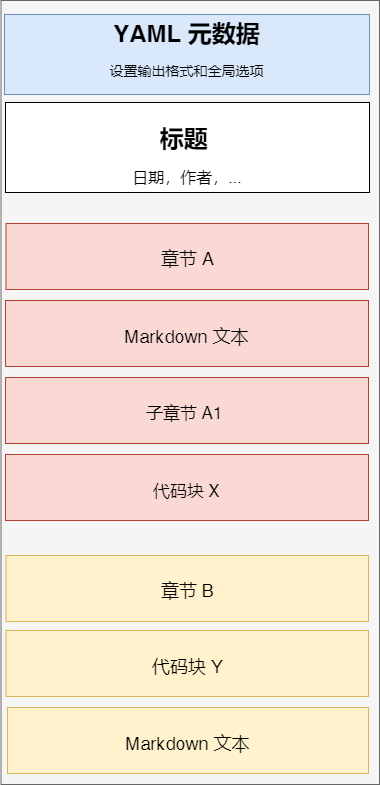
cosname/rmarkdown-guide keeps this draw.io diagram as images/03-document-flow.png. Above is the earlier version. Source tidied: cells renumbered, new cells last; positions are measured from the earlier drawing's top-left corner, leaving out a move shared by most shapes.
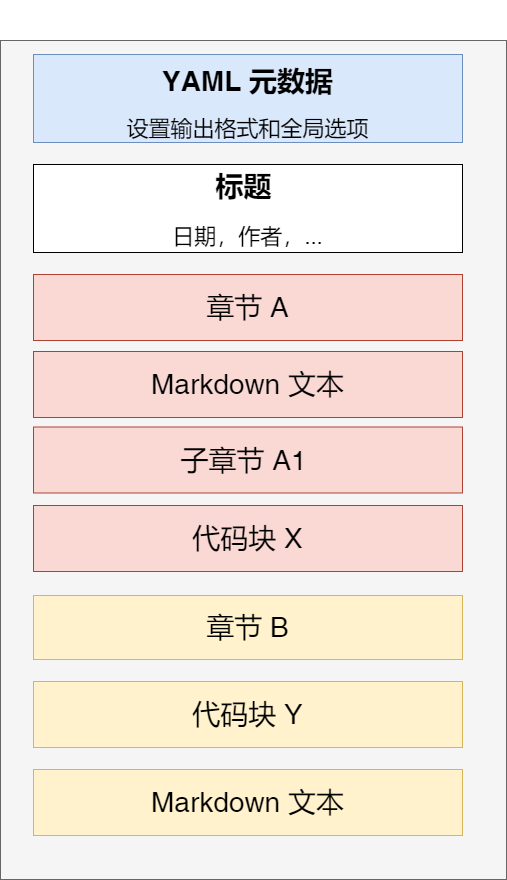
The same file after the commit.

Change to the diagram source:
```diff
@@ -3,34 +3,34 @@
     <mxCell id="0" />
     <mxCell id="1" parent="0" />
     <mxCell id="2" style="rounded=0;whiteSpace=wrap;html=1;fillColor=#f5f5f5;strokeColor=#666666;fontColor=#333333;" parent="1" vertex="1">
-      <mxGeometry x="-0.5" width="378.5" height="784" as="geometry" />
+      <mxGeometry x="-51" width="506" height="839" as="geometry" />
     </mxCell>
-    <mxCell id="3" value="&lt;h1&gt;YAML 元数据&lt;/h1&gt;&lt;div&gt;&lt;font style=&quot;font-size: 14px&quot;&gt;设置输出格式和全局选项&lt;/font&gt;&lt;/div&gt;&lt;div&gt;&lt;br&gt;&lt;/div&gt;&lt;div&gt;&lt;br&gt;&lt;/div&gt;" style="rounded=0;whiteSpace=wrap;html=1;fillColor=#dae8fc;strokeColor=#6c8ebf;" parent="1" vertex="1">
-      <mxGeometry x="3" y="14" width="365" height="80" as="geometry" />
+    <mxCell id="3" value="&lt;h1 style=&quot;font-size: 25px&quot;&gt;&lt;font style=&quot;font-size: 25px&quot;&gt;&lt;br&gt;&lt;/font&gt;&lt;/h1&gt;&lt;h1 style=&quot;font-size: 28px&quot;&gt;&lt;font style=&quot;font-size: 28px&quot;&gt;YAML 元数据&lt;/font&gt;&lt;/h1&gt;&lt;div style=&quot;font-size: 22px&quot;&gt;&lt;font style=&quot;font-size: 22px&quot;&gt;设置输出格式和全局选项&lt;/font&gt;&lt;/div&gt;&lt;div style=&quot;font-size: 22px&quot;&gt;&lt;font style=&quot;font-size: 22px&quot;&gt;&lt;br&gt;&lt;/font&gt;&lt;/div&gt;&lt;div style=&quot;font-size: 25px&quot;&gt;&lt;br&gt;&lt;/div&gt;" style="rounded=0;whiteSpace=wrap;html=1;fillColor=#dae8fc;strokeColor=#6c8ebf;" parent="1" vertex="1">
+      <mxGeometry x="-18" y="14" width="429" height="88" as="geometry" />
     </mxCell>
-    <mxCell id="4" value="&lt;h1&gt;标题&amp;nbsp;&lt;/h1&gt;&lt;div&gt;&lt;font style=&quot;font-size: 16px&quot;&gt;日期，作者，...&lt;/font&gt;&lt;/div&gt;" style="rounded=0;whiteSpace=wrap;html=1;" parent="1" vertex="1">
-      <mxGeometry x="4" y="102" width="364" height="90" as="geometry" />
+    <mxCell id="4" value="&lt;h1 style=&quot;font-size: 28px&quot;&gt;&lt;font style=&quot;font-size: 28px&quot;&gt;标题&amp;nbsp;&lt;/font&gt;&lt;/h1&gt;&lt;h1&gt;&lt;font style=&quot;font-weight: normal ; font-size: 22px&quot;&gt;日期，作者，...&lt;/font&gt;&lt;/h1&gt;" style="rounded=0;whiteSpace=wrap;html=1;" parent="1" vertex="1">
+      <mxGeometry x="-18" y="124" width="429" height="88" as="geometry" />
     </mxCell>
-    <mxCell id="5" value="&lt;h1&gt;&lt;span style=&quot;font-weight: normal&quot;&gt;&lt;font style=&quot;font-size: 18px&quot;&gt;章节 A&lt;/font&gt;&lt;/span&gt;&lt;/h1&gt;" style="rounded=0;whiteSpace=wrap;html=1;fillColor=#fad9d5;strokeColor=#ae4132;" parent="1" vertex="1">
-      <mxGeometry x="4.5" y="223" width="362.5" height="66" as="geometry" />
+    <mxCell id="5" value="&lt;h1&gt;&lt;span style=&quot;font-weight: normal&quot;&gt;&lt;font style=&quot;font-size: 28px&quot;&gt;章节 A&lt;/font&gt;&lt;/span&gt;&lt;/h1&gt;" style="rounded=0;whiteSpace=wrap;html=1;fillColor=#fad9d5;strokeColor=#ae4132;" parent="1" vertex="1">
+      <mxGeometry x="-18" y="234" width="429" height="66" as="geometry" />
     </mxCell>
-    <mxCell id="6" value="&lt;h1&gt;&lt;span style=&quot;font-size: 18px ; font-weight: 400&quot;&gt;Markdown 文本&lt;/span&gt;&lt;/h1&gt;" style="rounded=0;whiteSpace=wrap;html=1;fillColor=#fad9d5;strokeColor=#ae4132;" parent="1" vertex="1">
-      <mxGeometry x="4" y="300" width="363" height="66" as="geometry" />
+    <mxCell id="6" value="&lt;h1&gt;&lt;span style=&quot;font-weight: 400&quot;&gt;&lt;font style=&quot;font-size: 28px&quot;&gt;Markdown 文本&lt;/font&gt;&lt;/span&gt;&lt;/h1&gt;" style="rounded=0;whiteSpace=wrap;html=1;fillColor=#fad9d5;strokeColor=#ae4132;" parent="1" vertex="1">
+      <mxGeometry x="-18" y="311" width="429" height="66" as="geometry" />
     </mxCell>
-    <mxCell id="7" value="&lt;h1&gt;&lt;span style=&quot;font-weight: 400&quot;&gt;&lt;font style=&quot;font-size: 17px&quot;&gt;子章节 A1&amp;nbsp;&lt;/font&gt;&lt;/span&gt;&lt;/h1&gt;" style="rounded=0;whiteSpace=wrap;html=1;fillColor=#fad9d5;strokeColor=#ae4132;" parent="1" vertex="1">
-      <mxGeometry x="4" y="377" width="363" height="66" as="geometry" />
+    <mxCell id="7" value="&lt;h1&gt;&lt;span style=&quot;font-weight: 400&quot;&gt;&lt;font style=&quot;font-size: 28px&quot;&gt;子章节 A1&amp;nbsp;&lt;/font&gt;&lt;/span&gt;&lt;/h1&gt;" style="rounded=0;whiteSpace=wrap;html=1;fillColor=#fad9d5;strokeColor=#ae4132;" parent="1" vertex="1">
+      <mxGeometry x="-18" y="386.5" width="429" height="66" as="geometry" />
     </mxCell>
-    <mxCell id="8" value="&lt;h1&gt;&lt;span style=&quot;font-size: 17px ; font-weight: 400&quot;&gt;代码块 X&lt;/span&gt;&lt;/h1&gt;" style="rounded=0;whiteSpace=wrap;html=1;fillColor=#fad9d5;strokeColor=#ae4132;" parent="1" vertex="1">
-      <mxGeometry x="4" y="454" width="363" height="66" as="geometry" />
+    <mxCell id="8" value="&lt;h1&gt;&lt;span style=&quot;font-weight: 400&quot;&gt;&lt;font style=&quot;font-size: 28px&quot;&gt;代码块 X&lt;/font&gt;&lt;/span&gt;&lt;/h1&gt;" style="rounded=0;whiteSpace=wrap;html=1;fillColor=#fad9d5;strokeColor=#ae4132;" parent="1" vertex="1">
+      <mxGeometry x="-18" y="465" width="429" height="66" as="geometry" />
     </mxCell>
-    <mxCell id="9" value="&lt;h1&gt;&lt;span style=&quot;font-weight: normal&quot;&gt;&lt;font style=&quot;font-size: 18px&quot;&gt;章节 B&lt;/font&gt;&lt;/span&gt;&lt;/h1&gt;" style="rounded=0;whiteSpace=wrap;html=1;fillColor=#fff2cc;strokeColor=#d6b656;" parent="1" vertex="1">
-      <mxGeometry x="4.5" y="555" width="362.5" height="66" as="geometry" />
+    <mxCell id="9" value="&lt;h1&gt;&lt;span style=&quot;font-weight: normal&quot;&gt;&lt;font style=&quot;font-size: 28px&quot;&gt;章节 B&lt;/font&gt;&lt;/span&gt;&lt;/h1&gt;" style="rounded=0;whiteSpace=wrap;html=1;fillColor=#fff2cc;strokeColor=#d6b656;" parent="1" vertex="1">
+      <mxGeometry x="-18" y="555" width="429" height="64" as="geometry" />
     </mxCell>
-    <mxCell id="10" value="&lt;h1&gt;&lt;span style=&quot;font-size: 18px ; font-weight: 400&quot;&gt;代码块 Y&lt;/span&gt;&lt;/h1&gt;" style="rounded=0;whiteSpace=wrap;html=1;fillColor=#fff2cc;strokeColor=#d6b656;" parent="1" vertex="1">
-      <mxGeometry x="4.5" y="630" width="362.5" height="66" as="geometry" />
+    <mxCell id="10" value="&lt;h1&gt;&lt;span style=&quot;font-weight: 400&quot;&gt;&lt;font style=&quot;font-size: 28px&quot;&gt;代码块 Y&lt;/font&gt;&lt;/span&gt;&lt;/h1&gt;" style="rounded=0;whiteSpace=wrap;html=1;fillColor=#fff2cc;strokeColor=#d6b656;" parent="1" vertex="1">
+      <mxGeometry x="-18" y="641" width="429" height="66" as="geometry" />
     </mxCell>
-    <mxCell id="11" value="&lt;h1&gt;&lt;span style=&quot;font-size: 18px ; font-weight: 400&quot;&gt;Markdown 文本&lt;/span&gt;&lt;/h1&gt;" style="rounded=0;whiteSpace=wrap;html=1;fillColor=#fff2cc;strokeColor=#d6b656;" parent="1" vertex="1">
-      <mxGeometry x="6" y="707" width="361" height="66" as="geometry" />
+    <mxCell id="11" value="&lt;h1&gt;&lt;span style=&quot;font-weight: 400&quot;&gt;&lt;font style=&quot;font-size: 28px&quot;&gt;Markdown 文本&lt;/font&gt;&lt;/span&gt;&lt;/h1&gt;" style="rounded=0;whiteSpace=wrap;html=1;fillColor=#fff2cc;strokeColor=#d6b656;" parent="1" vertex="1">
+      <mxGeometry x="-18" y="729" width="429" height="66" as="geometry" />
     </mxCell>
   </root>
 </mxGraphModel>
```
